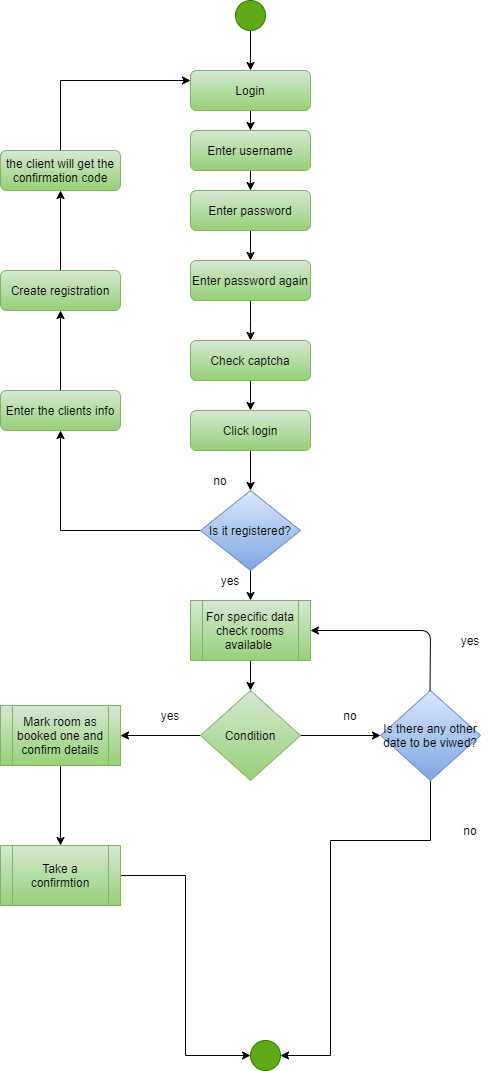
Earlier version of the draw.io export Diagrams/Activity Diagram/rooms.png (Sonja17/Hotel-Management-System). Source tidied: cells renumbered, new cells last; positions are measured from the earlier drawing's top-left corner, leaving out a move shared by most shapes. Its diagram source:
```xml
<mxGraphModel>
  <root>
    <mxCell id="0" />
    <mxCell id="1" parent="0" />
    <mxCell id="2" style="edgeStyle=orthogonalEdgeStyle;rounded=0;jettySize=auto;html=1;" parent="1" edge="1" source="3">
      <mxGeometry relative="1" as="geometry">
        <mxPoint x="250" y="130" as="targetPoint" />
      </mxGeometry>
    </mxCell>
    <mxCell id="3" value="Login" style="rounded=1;whiteSpace=wrap;html=1;fontSize=12;glass=0;strokeWidth=1;shadow=0;fillColor=#d5e8d4;strokeColor=#82b366;gradientColor=#97d077;" parent="1" vertex="1">
      <mxGeometry x="190" y="70" width="120" height="40" as="geometry" />
    </mxCell>
    <mxCell id="4" style="edgeStyle=orthogonalEdgeStyle;rounded=0;jettySize=auto;html=1;" parent="1" edge="1" source="5">
      <mxGeometry relative="1" as="geometry">
        <mxPoint x="250" y="190" as="targetPoint" />
      </mxGeometry>
    </mxCell>
    <mxCell id="5" value="Enter username" style="rounded=1;whiteSpace=wrap;html=1;fontSize=12;glass=0;strokeWidth=1;shadow=0;fillColor=#d5e8d4;strokeColor=#82b366;gradientColor=#97d077;" parent="1" vertex="1">
      <mxGeometry x="190" y="130" width="120" height="40" as="geometry" />
    </mxCell>
    <mxCell id="6" style="edgeStyle=orthogonalEdgeStyle;rounded=0;jettySize=auto;html=1;" parent="1" edge="1" source="7">
      <mxGeometry relative="1" as="geometry">
        <mxPoint x="250" y="260" as="targetPoint" />
      </mxGeometry>
    </mxCell>
    <mxCell id="7" value="Enter password" style="rounded=1;whiteSpace=wrap;html=1;fontSize=12;glass=0;strokeWidth=1;shadow=0;fillColor=#d5e8d4;strokeColor=#82b366;gradientColor=#97d077;" parent="1" vertex="1">
      <mxGeometry x="190" y="190" width="120" height="40" as="geometry" />
    </mxCell>
    <mxCell id="8" style="edgeStyle=orthogonalEdgeStyle;rounded=0;jettySize=auto;html=1;" parent="1" edge="1" source="9">
      <mxGeometry relative="1" as="geometry">
        <mxPoint x="250" y="340" as="targetPoint" />
        <Array as="points">
          <mxPoint x="250" y="320" />
          <mxPoint x="250" y="320" />
        </Array>
      </mxGeometry>
    </mxCell>
    <mxCell id="9" value="Enter password again" style="rounded=1;whiteSpace=wrap;html=1;fontSize=12;glass=0;strokeWidth=1;shadow=0;fillColor=#d5e8d4;strokeColor=#82b366;gradientColor=#97d077;" parent="1" vertex="1">
      <mxGeometry x="190" y="260" width="120" height="40" as="geometry" />
    </mxCell>
    <mxCell id="10" style="edgeStyle=orthogonalEdgeStyle;rounded=0;orthogonalLoop=1;jettySize=auto;html=1;" parent="1" edge="1">
      <mxGeometry relative="1" as="geometry">
        <mxPoint x="250" y="380" as="sourcePoint" />
        <mxPoint x="250" y="410" as="targetPoint" />
      </mxGeometry>
    </mxCell>
    <mxCell id="11" style="edgeStyle=orthogonalEdgeStyle;rounded=0;jettySize=auto;html=1;" parent="1" edge="1" source="12">
      <mxGeometry relative="1" as="geometry">
        <mxPoint x="250" y="490" as="targetPoint" />
      </mxGeometry>
    </mxCell>
    <mxCell id="12" value="Click login" style="rounded=1;whiteSpace=wrap;html=1;fontSize=12;glass=0;strokeWidth=1;shadow=0;fillColor=#d5e8d4;strokeColor=#82b366;gradientColor=#97d077;" parent="1" vertex="1">
      <mxGeometry x="190" y="410" width="120" height="40" as="geometry" />
    </mxCell>
    <mxCell id="13" style="edgeStyle=orthogonalEdgeStyle;rounded=0;jettySize=auto;html=1;" parent="1" edge="1" source="15">
      <mxGeometry relative="1" as="geometry">
        <mxPoint x="250" y="600" as="targetPoint" />
      </mxGeometry>
    </mxCell>
    <mxCell id="14" style="edgeStyle=orthogonalEdgeStyle;rounded=0;jettySize=auto;html=1;" parent="1" edge="1" source="15">
      <mxGeometry relative="1" as="geometry">
        <mxPoint x="60" y="430" as="targetPoint" />
      </mxGeometry>
    </mxCell>
    <mxCell id="15" value="Is it registered?" style="rhombus;whiteSpace=wrap;html=1;fillColor=#dae8fc;strokeColor=#6c8ebf;gradientColor=#7ea6e0;" parent="1" vertex="1">
      <mxGeometry x="200" y="490" width="100" height="80" as="geometry" />
    </mxCell>
    <mxCell id="16" style="edgeStyle=orthogonalEdgeStyle;rounded=0;jettySize=auto;html=1;" parent="1" edge="1" source="17">
      <mxGeometry relative="1" as="geometry">
        <mxPoint x="250" y="690" as="targetPoint" />
      </mxGeometry>
    </mxCell>
    <mxCell id="17" value="For specific data check rooms available&amp;nbsp;" style="shape=process;whiteSpace=wrap;html=1;backgroundOutline=1;fillColor=#d5e8d4;strokeColor=#82b366;gradientColor=#97d077;" parent="1" vertex="1">
      <mxGeometry x="190" y="600" width="120" height="60" as="geometry" />
    </mxCell>
    <mxCell id="18" style="edgeStyle=orthogonalEdgeStyle;rounded=0;jettySize=auto;html=1;" parent="1" edge="1" source="20" target="22">
      <mxGeometry relative="1" as="geometry" />
    </mxCell>
    <mxCell id="19" style="edgeStyle=orthogonalEdgeStyle;rounded=0;jettySize=auto;html=1;" parent="1" edge="1" source="20">
      <mxGeometry relative="1" as="geometry">
        <mxPoint x="120" y="735" as="targetPoint" />
      </mxGeometry>
    </mxCell>
    <mxCell id="20" value="Condition" style="rhombus;whiteSpace=wrap;html=1;fillColor=#d5e8d4;strokeColor=#82b366;gradientColor=#97d077;" parent="1" vertex="1">
      <mxGeometry x="200" y="690" width="100" height="90" as="geometry" />
    </mxCell>
    <mxCell id="21" style="edgeStyle=orthogonalEdgeStyle;rounded=0;jettySize=auto;html=1;entryX=1;entryY=0.5;entryDx=0;entryDy=0;" parent="1" edge="1" source="22" target="35">
      <mxGeometry relative="1" as="geometry">
        <Array as="points">
          <mxPoint x="430" y="840" />
          <mxPoint x="330" y="840" />
          <mxPoint x="330" y="1055" />
        </Array>
      </mxGeometry>
    </mxCell>
    <mxCell id="22" value="Is there any other date to be viwed?" style="rhombus;whiteSpace=wrap;html=1;fillColor=#dae8fc;strokeColor=#6c8ebf;gradientColor=#7ea6e0;" parent="1" vertex="1">
      <mxGeometry x="380" y="690" width="100" height="90" as="geometry" />
    </mxCell>
    <mxCell id="23" value="Check captcha" style="rounded=1;whiteSpace=wrap;html=1;fontSize=12;glass=0;strokeWidth=1;shadow=0;fillColor=#d5e8d4;strokeColor=#82b366;gradientColor=#97d077;" parent="1" vertex="1">
      <mxGeometry x="190" y="340" width="120" height="40" as="geometry" />
    </mxCell>
    <mxCell id="24" style="endArrow=classic;html=1;entryX=1;entryY=0.5;entryDx=0;entryDy=0;" parent="1" edge="1" target="17">
      <mxGeometry relative="1" as="geometry">
        <mxPoint x="429.5" y="690" as="sourcePoint" />
        <Array as="points">
          <mxPoint x="430" y="630" />
        </Array>
      </mxGeometry>
    </mxCell>
    <mxCell id="25" style="edgeStyle=orthogonalEdgeStyle;rounded=0;jettySize=auto;html=1;" parent="1" edge="1" source="26" target="28">
      <mxGeometry relative="1" as="geometry" />
    </mxCell>
    <mxCell id="26" value="Mark room as booked one and confirm details" style="shape=process;whiteSpace=wrap;html=1;backgroundOutline=1;fillColor=#d5e8d4;strokeColor=#82b366;gradientColor=#97d077;" parent="1" vertex="1">
      <mxGeometry y="705" width="120" height="60" as="geometry" />
    </mxCell>
    <mxCell id="27" style="edgeStyle=orthogonalEdgeStyle;rounded=0;jettySize=auto;html=1;entryX=0;entryY=0.5;entryDx=0;entryDy=0;" parent="1" edge="1" source="28" target="35">
      <mxGeometry relative="1" as="geometry" />
    </mxCell>
    <mxCell id="28" value="Take a confirmtion" style="shape=process;whiteSpace=wrap;html=1;backgroundOutline=1;fillColor=#d5e8d4;strokeColor=#82b366;gradientColor=#97d077;" parent="1" vertex="1">
      <mxGeometry y="845" width="120" height="60" as="geometry" />
    </mxCell>
    <mxCell id="29" value="yes" style="text;html=1;strokeColor=none;fillColor=none;align=center;verticalAlign=middle;whiteSpace=wrap;rounded=0;" parent="1" vertex="1">
      <mxGeometry x="150" y="705" width="40" height="20" as="geometry" />
    </mxCell>
    <mxCell id="30" value="no" style="text;html=1;strokeColor=none;fillColor=none;align=center;verticalAlign=middle;whiteSpace=wrap;rounded=0;" parent="1" vertex="1">
      <mxGeometry x="330" y="705" width="40" height="20" as="geometry" />
    </mxCell>
    <mxCell id="31" value="yes" style="text;html=1;strokeColor=none;fillColor=none;align=center;verticalAlign=middle;whiteSpace=wrap;rounded=0;" parent="1" vertex="1">
      <mxGeometry x="450" y="630" width="40" height="20" as="geometry" />
    </mxCell>
    <mxCell id="32" value="no" style="text;html=1;strokeColor=none;fillColor=none;align=center;verticalAlign=middle;whiteSpace=wrap;rounded=0;" parent="1" vertex="1">
      <mxGeometry x="450" y="820" width="40" height="20" as="geometry" />
    </mxCell>
    <mxCell id="33" value="yes" style="text;html=1;strokeColor=none;fillColor=none;align=center;verticalAlign=middle;whiteSpace=wrap;rounded=0;" parent="1" vertex="1">
      <mxGeometry x="210" y="570" width="40" height="20" as="geometry" />
    </mxCell>
    <mxCell id="34" value="no" style="text;html=1;strokeColor=none;fillColor=none;align=center;verticalAlign=middle;whiteSpace=wrap;rounded=0;" parent="1" vertex="1">
      <mxGeometry x="200" y="470" width="40" height="20" as="geometry" />
    </mxCell>
    <mxCell id="35" style="ellipse;whiteSpace=wrap;html=1;fillColor=#60a917;strokeColor=#2D7600;fontColor=#ffffff;" parent="1" vertex="1">
      <mxGeometry x="250" y="1040" width="30" height="30" as="geometry" />
    </mxCell>
    <mxCell id="36" style="edgeStyle=orthogonalEdgeStyle;rounded=0;jettySize=auto;html=1;" parent="1" edge="1" source="37" target="3">
      <mxGeometry relative="1" as="geometry" />
    </mxCell>
    <mxCell id="37" style="ellipse;whiteSpace=wrap;html=1;fillColor=#60a917;strokeColor=#2D7600;fontColor=#ffffff;" parent="1" vertex="1">
      <mxGeometry x="235" width="30" height="30" as="geometry" />
    </mxCell>
    <mxCell id="38" style="edgeStyle=orthogonalEdgeStyle;rounded=0;jettySize=auto;html=1;" parent="1" edge="1" source="39" target="41">
      <mxGeometry relative="1" as="geometry" />
    </mxCell>
    <mxCell id="39" value="Enter the clients info" style="rounded=1;whiteSpace=wrap;html=1;fillColor=#d5e8d4;strokeColor=#82b366;gradientColor=#97d077;" parent="1" vertex="1">
      <mxGeometry y="390" width="120" height="40" as="geometry" />
    </mxCell>
    <mxCell id="40" style="edgeStyle=orthogonalEdgeStyle;rounded=0;jettySize=auto;html=1;" parent="1" edge="1" source="41" target="43">
      <mxGeometry relative="1" as="geometry" />
    </mxCell>
    <mxCell id="41" value="Create registration" style="rounded=1;whiteSpace=wrap;html=1;fillColor=#d5e8d4;strokeColor=#82b366;gradientColor=#97d077;" parent="1" vertex="1">
      <mxGeometry y="270" width="120" height="40" as="geometry" />
    </mxCell>
    <mxCell id="42" style="edgeStyle=orthogonalEdgeStyle;rounded=0;jettySize=auto;html=1;entryX=0;entryY=0.25;entryDx=0;entryDy=0;" parent="1" edge="1" source="43" target="3">
      <mxGeometry relative="1" as="geometry">
        <Array as="points">
          <mxPoint x="60" y="80" />
        </Array>
      </mxGeometry>
    </mxCell>
    <mxCell id="43" value="the client will get the confirmation code" style="rounded=1;whiteSpace=wrap;html=1;fillColor=#d5e8d4;strokeColor=#82b366;gradientColor=#97d077;" parent="1" vertex="1">
      <mxGeometry y="150" width="120" height="40" as="geometry" />
    </mxCell>
  </root>
</mxGraphModel>
```
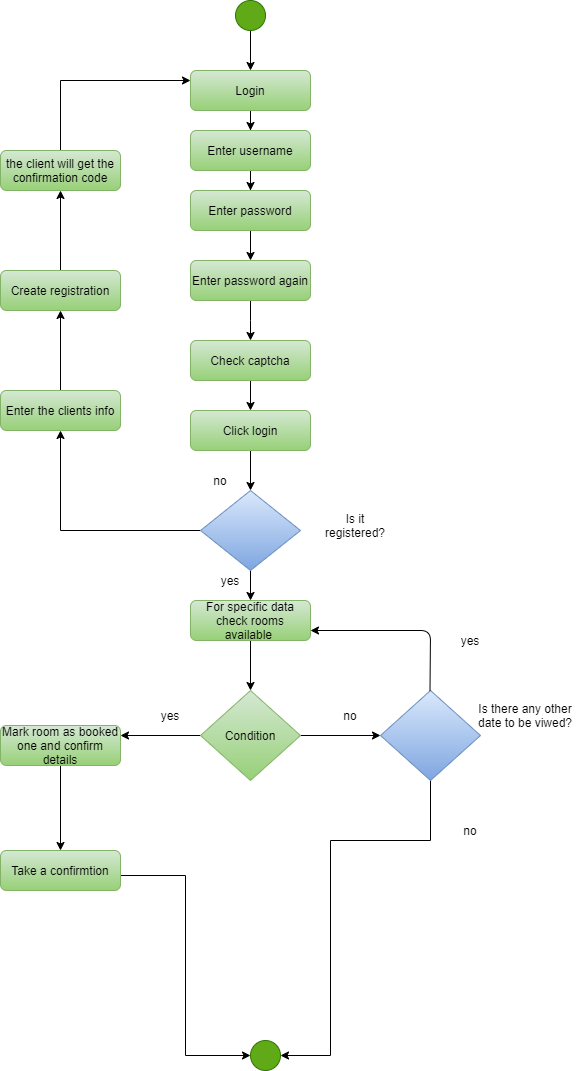
After the change.

Change to the diagram source:
```diff
@@ -62,17 +62,14 @@
         <mxPoint x="60" y="430" as="targetPoint" />
       </mxGeometry>
     </mxCell>
-    <mxCell id="15" value="Is it registered?" style="rhombus;whiteSpace=wrap;html=1;fillColor=#dae8fc;strokeColor=#6c8ebf;gradientColor=#7ea6e0;" parent="1" vertex="1">
+    <mxCell id="15" style="rhombus;whiteSpace=wrap;html=1;fillColor=#dae8fc;strokeColor=#6c8ebf;gradientColor=#7ea6e0;" parent="1" vertex="1">
       <mxGeometry x="200" y="490" width="100" height="80" as="geometry" />
     </mxCell>
-    <mxCell id="16" style="edgeStyle=orthogonalEdgeStyle;rounded=0;jettySize=auto;html=1;" parent="1" edge="1" source="17">
+    <mxCell id="16" style="edgeStyle=orthogonalEdgeStyle;rounded=0;jettySize=auto;html=1;exitX=0.5;exitY=1;exitDx=0;exitDy=0;" parent="1" edge="1" source="17">
       <mxGeometry relative="1" as="geometry">
         <mxPoint x="250" y="690" as="targetPoint" />
       </mxGeometry>
     </mxCell>
-    <mxCell id="17" value="For specific data check rooms available&amp;nbsp;" style="shape=process;whiteSpace=wrap;html=1;backgroundOutline=1;fillColor=#d5e8d4;strokeColor=#82b366;gradientColor=#97d077;" parent="1" vertex="1">
-      <mxGeometry x="190" y="600" width="120" height="60" as="geometry" />
-    </mxCell>
     <mxCell id="18" style="edgeStyle=orthogonalEdgeStyle;rounded=0;jettySize=auto;html=1;" parent="1" edge="1" source="20" target="22">
       <mxGeometry relative="1" as="geometry" />
     </mxCell>
@@ -93,32 +90,31 @@
         </Array>
       </mxGeometry>
     </mxCell>
-    <mxCell id="22" value="Is there any other date to be viwed?" style="rhombus;whiteSpace=wrap;html=1;fillColor=#dae8fc;strokeColor=#6c8ebf;gradientColor=#7ea6e0;" parent="1" vertex="1">
+    <mxCell id="22" style="rhombus;whiteSpace=wrap;html=1;fillColor=#dae8fc;strokeColor=#6c8ebf;gradientColor=#7ea6e0;" parent="1" vertex="1">
       <mxGeometry x="380" y="690" width="100" height="90" as="geometry" />
     </mxCell>
     <mxCell id="23" value="Check captcha" style="rounded=1;whiteSpace=wrap;html=1;fontSize=12;glass=0;strokeWidth=1;shadow=0;fillColor=#d5e8d4;strokeColor=#82b366;gradientColor=#97d077;" parent="1" vertex="1">
       <mxGeometry x="190" y="340" width="120" height="40" as="geometry" />
     </mxCell>
-    <mxCell id="24" style="endArrow=classic;html=1;entryX=1;entryY=0.5;entryDx=0;entryDy=0;" parent="1" edge="1" target="17">
+    <mxCell id="24" style="endArrow=classic;html=1;entryX=1;entryY=0.5;entryDx=0;entryDy=0;" parent="1" edge="1">
       <mxGeometry relative="1" as="geometry">
         <mxPoint x="429.5" y="690" as="sourcePoint" />
+        <mxPoint x="310" y="630" as="targetPoint" />
         <Array as="points">
           <mxPoint x="430" y="630" />
         </Array>
       </mxGeometry>
     </mxCell>
-    <mxCell id="25" style="edgeStyle=orthogonalEdgeStyle;rounded=0;jettySize=auto;html=1;" parent="1" edge="1" source="26" target="28">
-      <mxGeometry relative="1" as="geometry" />
+    <mxCell id="25" style="edgeStyle=orthogonalEdgeStyle;rounded=0;jettySize=auto;html=1;entryX=0.5;entryY=0;entryDx=0;entryDy=0;" parent="1" edge="1" target="28">
+      <mxGeometry relative="1" as="geometry">
+        <mxPoint x="60" y="765" as="sourcePoint" />
+      </mxGeometry>
     </mxCell>
-    <mxCell id="26" value="Mark room as booked one and confirm details" style="shape=process;whiteSpace=wrap;html=1;backgroundOutline=1;fillColor=#d5e8d4;strokeColor=#82b366;gradientColor=#97d077;" parent="1" vertex="1">
-      <mxGeometry y="705" width="120" height="60" as="geometry" />
-    </mxCell>
-    <mxCell id="27" style="edgeStyle=orthogonalEdgeStyle;rounded=0;jettySize=auto;html=1;entryX=0;entryY=0.5;entryDx=0;entryDy=0;" parent="1" edge="1" source="28" target="35">
-      <mxGeometry relative="1" as="geometry" />
+    <mxCell id="27" style="edgeStyle=orthogonalEdgeStyle;rounded=0;jettySize=auto;html=1;entryX=0;entryY=0.5;entryDx=0;entryDy=0;" parent="1" edge="1" target="35">
+      <mxGeometry relative="1" as="geometry">
+        <mxPoint x="120" y="875" as="sourcePoint" />
+      </mxGeometry>
     </mxCell>
-    <mxCell id="28" value="Take a confirmtion" style="shape=process;whiteSpace=wrap;html=1;backgroundOutline=1;fillColor=#d5e8d4;strokeColor=#82b366;gradientColor=#97d077;" parent="1" vertex="1">
-      <mxGeometry y="845" width="120" height="60" as="geometry" />
-    </mxCell>
     <mxCell id="29" value="yes" style="text;html=1;strokeColor=none;fillColor=none;align=center;verticalAlign=middle;whiteSpace=wrap;rounded=0;" parent="1" vertex="1">
       <mxGeometry x="150" y="705" width="40" height="20" as="geometry" />
     </mxCell>
@@ -168,5 +164,20 @@
     <mxCell id="43" value="the client will get the confirmation code" style="rounded=1;whiteSpace=wrap;html=1;fillColor=#d5e8d4;strokeColor=#82b366;gradientColor=#97d077;" parent="1" vertex="1">
       <mxGeometry y="150" width="120" height="40" as="geometry" />
     </mxCell>
+    <mxCell id="44" value="Is there any other date to be viwed?" style="text;html=1;strokeColor=none;fillColor=none;align=center;verticalAlign=middle;whiteSpace=wrap;rounded=0;" parent="1" vertex="1">
+      <mxGeometry x="470" y="680" width="110" height="70" as="geometry" />
+    </mxCell>
+    <mxCell id="45" value="Is it registered?" style="text;html=1;strokeColor=none;fillColor=none;align=center;verticalAlign=middle;whiteSpace=wrap;rounded=0;" parent="1" vertex="1">
+      <mxGeometry x="320" y="510" width="70" height="30" as="geometry" />
+    </mxCell>
+    <mxCell id="17" value="For specific data check rooms available&amp;nbsp;" style="rounded=1;whiteSpace=wrap;html=1;fontSize=12;glass=0;strokeWidth=1;shadow=0;fillColor=#d5e8d4;strokeColor=#82b366;gradientColor=#97d077;" parent="1" vertex="1">
+      <mxGeometry x="190" y="600" width="120" height="40" as="geometry" />
+    </mxCell>
+    <mxCell id="26" value="Mark room as booked one and confirm details" style="rounded=1;whiteSpace=wrap;html=1;fontSize=12;glass=0;strokeWidth=1;shadow=0;fillColor=#d5e8d4;strokeColor=#82b366;gradientColor=#97d077;" parent="1" vertex="1">
+      <mxGeometry y="725" width="120" height="40" as="geometry" />
+    </mxCell>
+    <mxCell id="28" value="Take a confirmtion" style="rounded=1;whiteSpace=wrap;html=1;fontSize=12;glass=0;strokeWidth=1;shadow=0;fillColor=#d5e8d4;strokeColor=#82b366;gradientColor=#97d077;" parent="1" vertex="1">
+      <mxGeometry y="850" width="120" height="40" as="geometry" />
+    </mxCell>
   </root>
 </mxGraphModel>
```
